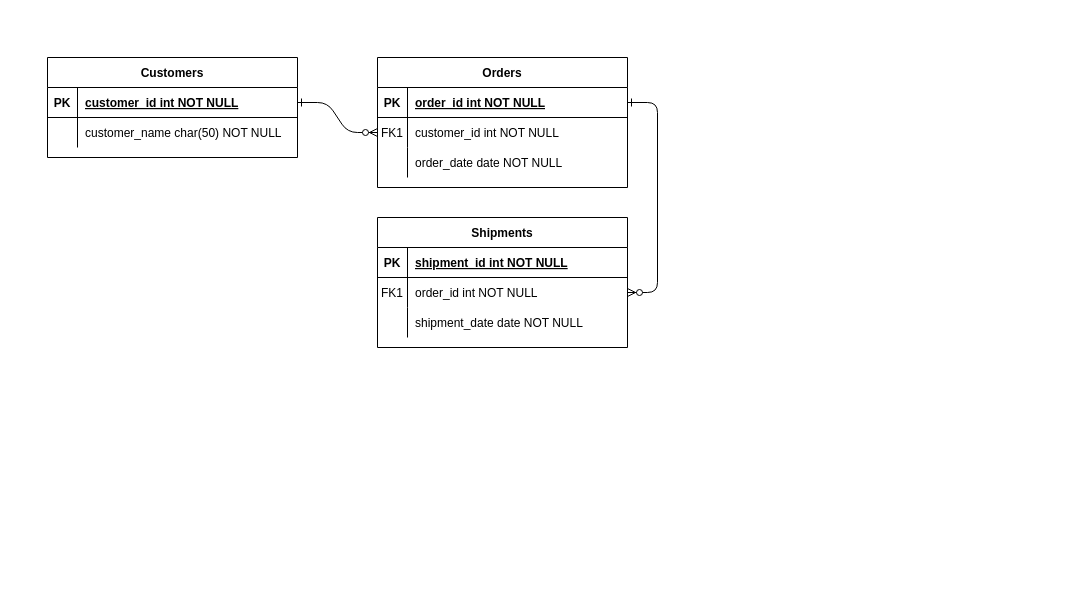
KieronBrincat125/DoodleComm keeps this draw.io diagram as Untitled Diagram.drawio. Above is the earlier version. Source tidied: cells renumbered, new cells numbered last; positions are measured from the earlier drawing's top-left corner, leaving out a move shared by most shapes. Both pictures are drawn from the tidied source at 100%, with x=0, y=0 at pixel (47, 57).
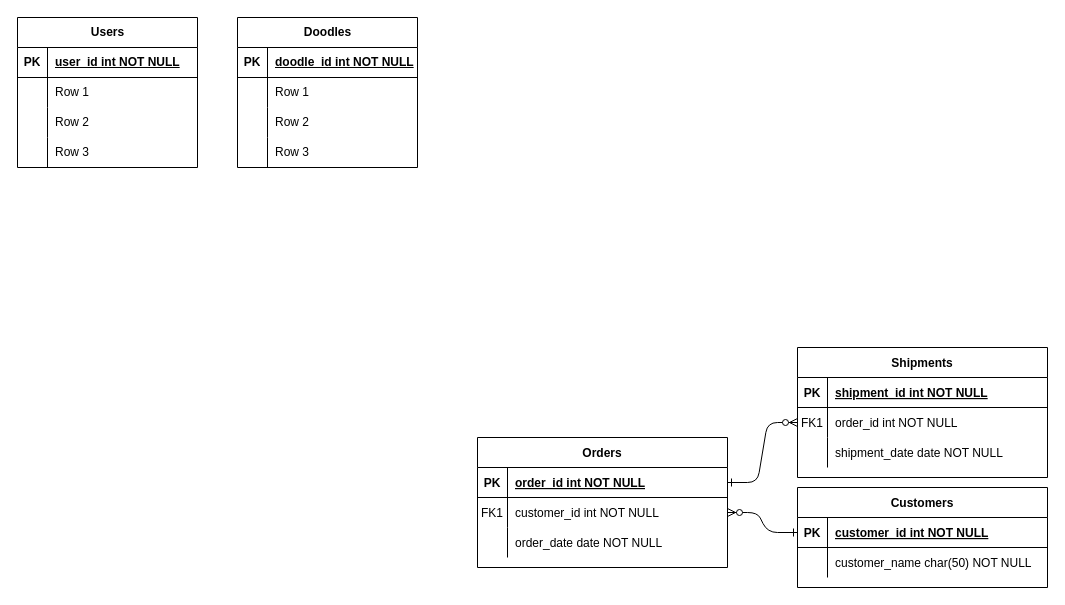
The same diagram, later.

Commit message:
Testing ERD

Diff of the diagram source:
```diff
@@
     <mxCell id="4" value="Orders" style="shape=table;startSize=30;childLayout=tableLayout;rowLines=0;fontStyle=1;align=center;" parent="1" vertex="1">
-      <mxGeometry x="330" width="250" height="130" as="geometry" />
+      <mxGeometry x="430" y="380" width="250" height="130" as="geometry" />
     </mxCell>
@@
     <mxCell id="14" value="Shipments" style="shape=table;startSize=30;childLayout=tableLayout;rowLines=0;fontStyle=1;align=center;" parent="1" vertex="1">
-      <mxGeometry x="330" y="160" width="250" height="130" as="geometry" />
+      <mxGeometry x="750" y="290" width="250" height="130" as="geometry" />
     </mxCell>
@@
     <mxCell id="24" value="Customers" style="shape=table;startSize=30;childLayout=tableLayout;rowLines=0;fontStyle=1;align=center;" parent="1" vertex="1">
-      <mxGeometry width="250" height="100" as="geometry" />
+      <mxGeometry x="750" y="430" width="250" height="100" as="geometry" />
     </mxCell>
@@
+    <mxCell id="31" value="Users" style="shape=table;startSize=30;childLayout=tableLayout;rowLines=0;fontStyle=1;align=center;html=1;" parent="1" vertex="1">
+      <mxGeometry x="-30" y="-40" width="180" height="150" as="geometry" />
+    </mxCell>
+    <mxCell id="32" style="shape=tableRow;horizontal=0;startSize=0;swimlaneHead=0;swimlaneBody=0;fillColor=none;top=0;left=0;right=0;bottom=1;" parent="31" vertex="1">
+      <mxGeometry y="30" width="180" height="30" as="geometry" />
+    </mxCell>
+    <mxCell id="33" value="PK" style="shape=partialRectangle;fillColor=none;top=0;left=0;bottom=0;right=0;fontStyle=1;overflow=hidden;whiteSpace=wrap;html=1;" parent="32" vertex="1">
+      <mxGeometry width="30" height="30" as="geometry" />
+    </mxCell>
+    <mxCell id="34" value="user_id int NOT NULL" style="shape=partialRectangle;fillColor=none;top=0;left=0;bottom=0;right=0;align=left;spacingLeft=6;fontStyle=5;overflow=hidden;whiteSpace=wrap;html=1;" parent="32" vertex="1">
+      <mxGeometry x="30" width="150" height="30" as="geometry" />
+    </mxCell>
+    <mxCell id="35" style="shape=tableRow;horizontal=0;startSize=0;swimlaneHead=0;swimlaneBody=0;fillColor=none;top=0;left=0;right=0;bottom=0;" parent="31" vertex="1">
+      <mxGeometry y="60" width="180" height="30" as="geometry" />
+    </mxCell>
+    <mxCell id="36" style="shape=partialRectangle;fillColor=none;top=0;left=0;bottom=0;right=0;overflow=hidden;whiteSpace=wrap;html=1;" parent="35" vertex="1">
+      <mxGeometry width="30" height="30" as="geometry" />
+    </mxCell>
+    <mxCell id="37" value="Row 1" style="shape=partialRectangle;fillColor=none;top=0;left=0;bottom=0;right=0;align=left;spacingLeft=6;overflow=hidden;whiteSpace=wrap;html=1;" parent="35" vertex="1">
+      <mxGeometry x="30" width="150" height="30" as="geometry" />
+    </mxCell>
+    <mxCell id="38" style="shape=tableRow;horizontal=0;startSize=0;swimlaneHead=0;swimlaneBody=0;fillColor=none;top=0;left=0;right=0;bottom=0;" parent="31" vertex="1">
+      <mxGeometry y="90" width="180" height="30" as="geometry" />
+    </mxCell>
+    <mxCell id="39" style="shape=partialRectangle;fillColor=none;top=0;left=0;bottom=0;right=0;overflow=hidden;whiteSpace=wrap;html=1;" parent="38" vertex="1">
+      <mxGeometry width="30" height="30" as="geometry" />
+    </mxCell>
+    <mxCell id="40" value="Row 2" style="shape=partialRectangle;fillColor=none;top=0;left=0;bottom=0;right=0;align=left;spacingLeft=6;overflow=hidden;whiteSpace=wrap;html=1;" parent="38" vertex="1">
+      <mxGeometry x="30" width="150" height="30" as="geometry" />
+    </mxCell>
+    <mxCell id="41" style="shape=tableRow;horizontal=0;startSize=0;swimlaneHead=0;swimlaneBody=0;fillColor=none;top=0;left=0;right=0;bottom=0;" parent="31" vertex="1">
+      <mxGeometry y="120" width="180" height="30" as="geometry" />
+    </mxCell>
+    <mxCell id="42" style="shape=partialRectangle;fillColor=none;top=0;left=0;bottom=0;right=0;overflow=hidden;whiteSpace=wrap;html=1;" parent="41" vertex="1">
+      <mxGeometry width="30" height="30" as="geometry" />
+    </mxCell>
+    <mxCell id="43" value="Row 3" style="shape=partialRectangle;fillColor=none;top=0;left=0;bottom=0;right=0;align=left;spacingLeft=6;overflow=hidden;whiteSpace=wrap;html=1;" parent="41" vertex="1">
+      <mxGeometry x="30" width="150" height="30" as="geometry" />
+    </mxCell>
+    <mxCell id="44" value="Doodles" style="shape=table;startSize=30;childLayout=tableLayout;rowLines=0;fontStyle=1;align=center;html=1;" parent="1" vertex="1">
+      <mxGeometry x="190" y="-40" width="180" height="150" as="geometry" />
+    </mxCell>
+    <mxCell id="45" style="shape=tableRow;horizontal=0;startSize=0;swimlaneHead=0;swimlaneBody=0;fillColor=none;top=0;left=0;right=0;bottom=1;" parent="44" vertex="1">
+      <mxGeometry y="30" width="180" height="30" as="geometry" />
+    </mxCell>
+    <mxCell id="46" value="PK" style="shape=partialRectangle;fillColor=none;top=0;left=0;bottom=0;right=0;fontStyle=1;overflow=hidden;whiteSpace=wrap;html=1;" parent="45" vertex="1">
+      <mxGeometry width="30" height="30" as="geometry" />
+    </mxCell>
+    <mxCell id="47" value="doodle_id int NOT NULL" style="shape=partialRectangle;fillColor=none;top=0;left=0;bottom=0;right=0;align=left;spacingLeft=6;fontStyle=5;overflow=hidden;whiteSpace=wrap;html=1;" parent="45" vertex="1">
+      <mxGeometry x="30" width="150" height="30" as="geometry" />
+    </mxCell>
+    <mxCell id="48" style="shape=tableRow;horizontal=0;startSize=0;swimlaneHead=0;swimlaneBody=0;fillColor=none;top=0;left=0;right=0;bottom=0;" parent="44" vertex="1">
+      <mxGeometry y="60" width="180" height="30" as="geometry" />
+    </mxCell>
+    <mxCell id="49" style="shape=partialRectangle;fillColor=none;top=0;left=0;bottom=0;right=0;overflow=hidden;whiteSpace=wrap;html=1;" parent="48" vertex="1">
+      <mxGeometry width="30" height="30" as="geometry" />
+    </mxCell>
+    <mxCell id="50" value="Row 1" style="shape=partialRectangle;fillColor=none;top=0;left=0;bottom=0;right=0;align=left;spacingLeft=6;overflow=hidden;whiteSpace=wrap;html=1;" parent="48" vertex="1">
+      <mxGeometry x="30" width="150" height="30" as="geometry" />
+    </mxCell>
+    <mxCell id="51" style="shape=tableRow;horizontal=0;startSize=0;swimlaneHead=0;swimlaneBody=0;fillColor=none;top=0;left=0;right=0;bottom=0;" parent="44" vertex="1">
+      <mxGeometry y="90" width="180" height="30" as="geometry" />
+    </mxCell>
+    <mxCell id="52" style="shape=partialRectangle;fillColor=none;top=0;left=0;bottom=0;right=0;overflow=hidden;whiteSpace=wrap;html=1;" parent="51" vertex="1">
+      <mxGeometry width="30" height="30" as="geometry" />
+    </mxCell>
+    <mxCell id="53" value="Row 2" style="shape=partialRectangle;fillColor=none;top=0;left=0;bottom=0;right=0;align=left;spacingLeft=6;overflow=hidden;whiteSpace=wrap;html=1;" parent="51" vertex="1">
+      <mxGeometry x="30" width="150" height="30" as="geometry" />
+    </mxCell>
+    <mxCell id="54" style="shape=tableRow;horizontal=0;startSize=0;swimlaneHead=0;swimlaneBody=0;fillColor=none;top=0;left=0;right=0;bottom=0;" parent="44" vertex="1">
+      <mxGeometry y="120" width="180" height="30" as="geometry" />
+    </mxCell>
+    <mxCell id="55" style="shape=partialRectangle;fillColor=none;top=0;left=0;bottom=0;right=0;overflow=hidden;whiteSpace=wrap;html=1;" parent="54" vertex="1">
+      <mxGeometry width="30" height="30" as="geometry" />
+    </mxCell>
+    <mxCell id="56" value="Row 3" style="shape=partialRectangle;fillColor=none;top=0;left=0;bottom=0;right=0;align=left;spacingLeft=6;overflow=hidden;whiteSpace=wrap;html=1;" parent="54" vertex="1">
+      <mxGeometry x="30" width="150" height="30" as="geometry" />
+    </mxCell>
```
